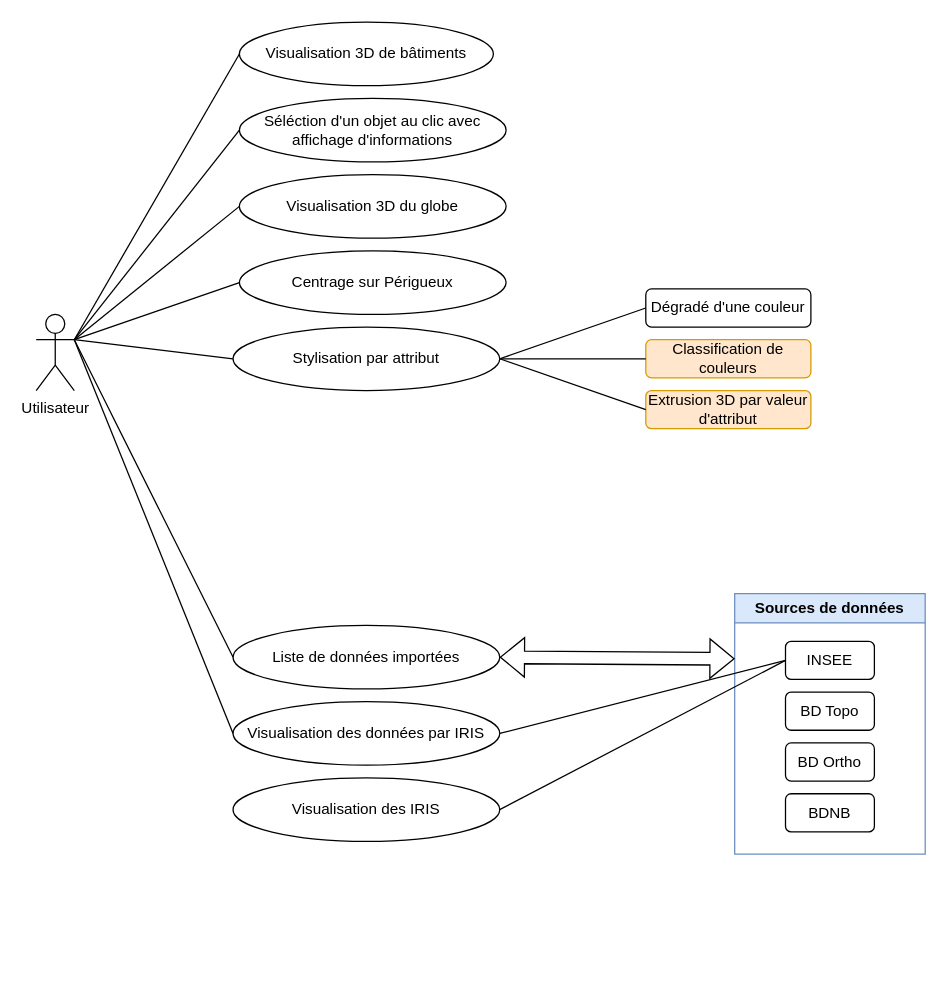
The draw.io diagram Use_case.drawio in EnzoVenon/Gemini_numeriques, before the edit. Source tidied: cells renumbered, new cells numbered last; positions are measured from the earlier drawing's top-left corner, leaving out a move shared by most shapes. Both pictures are drawn from the tidied source at 127%, with x=0, y=0 at pixel (36, 22).
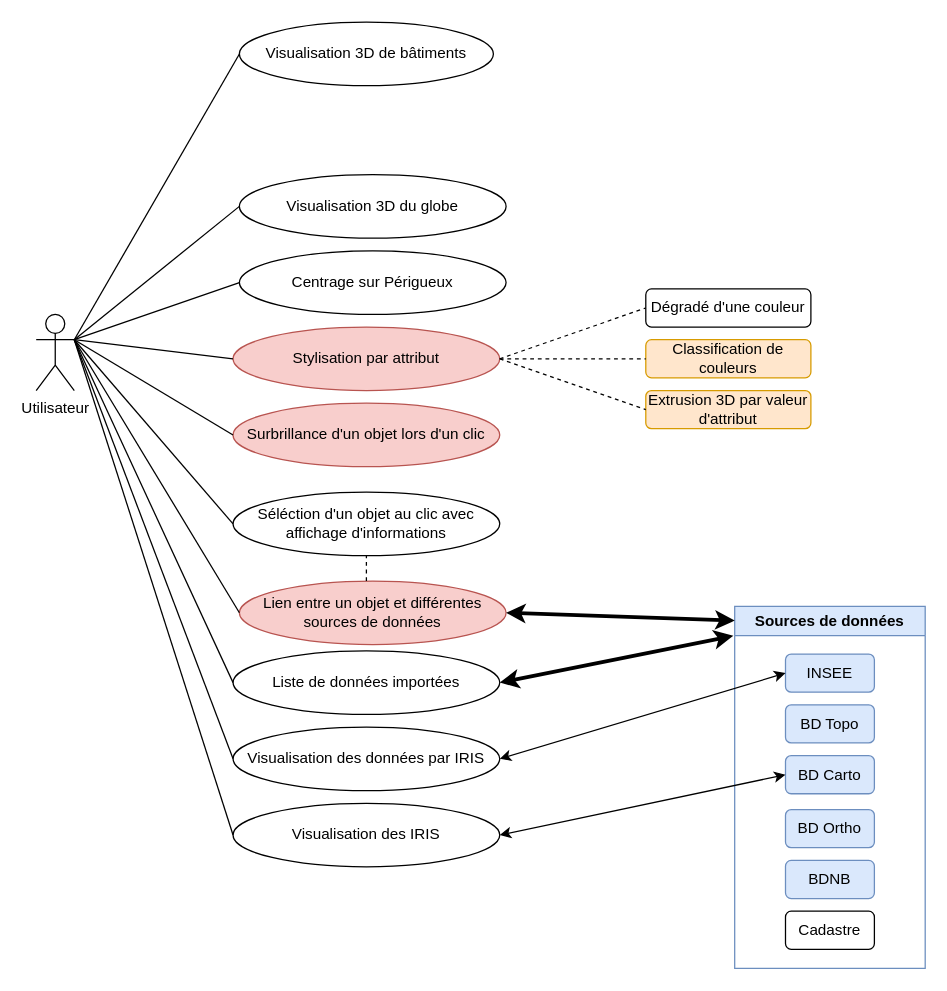
Above is the later version.

Commit message:
finalisation des dernières fonctionnalités

The change refers to these unchanged cells:
```xml
<mxCell id="2" value="Utilisateur" style="shape=umlActor;verticalLabelPosition=bottom;verticalAlign=top;html=1;outlineConnect=0;" parent="1" vertex="1">
  <mxGeometry y="230" width="30" height="60" as="geometry" />
</mxCell>
<mxCell id="25" value="Dégradé d'une couleur" style="rounded=1;whiteSpace=wrap;html=1;" parent="1" vertex="1">
  <mxGeometry x="480" y="210" width="130" height="30" as="geometry" />
</mxCell>
<mxCell id="26" value="Classification de couleurs" style="rounded=1;whiteSpace=wrap;html=1;fillColor=#ffe6cc;strokeColor=#d79b00;" parent="1" vertex="1">
  <mxGeometry x="480" y="250" width="130" height="30" as="geometry" />
</mxCell>
<mxCell id="29" value="Extrusion 3D par valeur d'attribut " style="rounded=1;whiteSpace=wrap;html=1;fillColor=#ffe6cc;strokeColor=#d79b00;" parent="1" vertex="1">
  <mxGeometry x="480" y="290" width="130" height="30" as="geometry" />
</mxCell>
```

What changed in the source:
```diff
@@
     <mxCell id="4" value="Séléction d'un objet au clic avec affichage d'informations" style="ellipse;whiteSpace=wrap;html=1;" parent="1" vertex="1">
-      <mxGeometry x="160" y="60" width="210" height="50" as="geometry" />
+      <mxGeometry x="155" y="370" width="210" height="50" as="geometry" />
     </mxCell>
@@
     <mxCell id="7" value="Liste de données importées " style="ellipse;whiteSpace=wrap;html=1;" parent="1" vertex="1">
-      <mxGeometry x="155" y="475" width="210" height="50" as="geometry" />
+      <mxGeometry x="155" y="495" width="210" height="50" as="geometry" />
     </mxCell>
@@
     <mxCell id="13" value="Visualisation des données par IRIS" style="ellipse;whiteSpace=wrap;html=1;" parent="1" vertex="1">
-      <mxGeometry x="155" y="535" width="210" height="50" as="geometry" />
+      <mxGeometry x="155" y="555" width="210" height="50" as="geometry" />
     </mxCell>
@@
     <mxCell id="15" value="Visualisation des IRIS" style="ellipse;whiteSpace=wrap;html=1;" parent="1" vertex="1">
-      <mxGeometry x="155" y="595" width="210" height="50" as="geometry" />
+      <mxGeometry x="155" y="615" width="210" height="50" as="geometry" />
     </mxCell>
-    <mxCell id="16" value="Stylisation par attribut " style="ellipse;whiteSpace=wrap;html=1;" parent="1" vertex="1">
+    <mxCell id="16" value="Stylisation par attribut " style="ellipse;whiteSpace=wrap;html=1;fillColor=#f8cecc;strokeColor=#b85450;" parent="1" vertex="1">
       <mxGeometry x="155" y="240" width="210" height="50" as="geometry" />
     </mxCell>
     <mxCell id="17" value="Sources de données" style="swimlane;whiteSpace=wrap;html=1;fillColor=#dae8fc;strokeColor=#6c8ebf;" parent="1" vertex="1">
-      <mxGeometry x="550" y="450" width="150" height="205" as="geometry" />
+      <mxGeometry x="550" y="460" width="150" height="285" as="geometry" />
     </mxCell>
-    <mxCell id="18" value="INSEE" style="rounded=1;whiteSpace=wrap;html=1;" parent="17" vertex="1">
+    <mxCell id="18" value="INSEE" style="rounded=1;whiteSpace=wrap;html=1;fillColor=#dae8fc;strokeColor=#6c8ebf;" parent="17" vertex="1">
       <mxGeometry x="40" y="37.5" width="70" height="30" as="geometry" />
     </mxCell>
-    <mxCell id="19" value="BD Topo" style="rounded=1;whiteSpace=wrap;html=1;" parent="17" vertex="1">
+    <mxCell id="19" value="BD Topo" style="rounded=1;whiteSpace=wrap;html=1;fillColor=#dae8fc;strokeColor=#6c8ebf;" parent="17" vertex="1">
       <mxGeometry x="40" y="77.5" width="70" height="30" as="geometry" />
     </mxCell>
-    <mxCell id="20" value="BD Ortho" style="rounded=1;whiteSpace=wrap;html=1;" parent="17" vertex="1">
+    <mxCell id="20" value="BD Carto" style="rounded=1;whiteSpace=wrap;html=1;fillColor=#dae8fc;strokeColor=#6c8ebf;" parent="17" vertex="1">
       <mxGeometry x="40" y="117.5" width="70" height="30" as="geometry" />
     </mxCell>
+    <mxCell id="32" value="BD Ortho" style="rounded=1;whiteSpace=wrap;html=1;fillColor=#dae8fc;strokeColor=#6c8ebf;" parent="17" vertex="1">
+      <mxGeometry x="40" y="160" width="70" height="30" as="geometry" />
+    </mxCell>
-    <mxCell id="21" value="BDNB" style="rounded=1;whiteSpace=wrap;html=1;" parent="17" vertex="1">
-      <mxGeometry x="40" y="157.5" width="70" height="30" as="geometry" />
+    <mxCell id="21" value="BDNB" style="rounded=1;whiteSpace=wrap;html=1;fillColor=#dae8fc;strokeColor=#6c8ebf;" parent="17" vertex="1">
+      <mxGeometry x="40" y="200" width="70" height="30" as="geometry" />
     </mxCell>
+    <mxCell id="33" value="Cadastre" style="rounded=1;whiteSpace=wrap;html=1;" parent="17" vertex="1">
+      <mxGeometry x="40" y="240" width="70" height="30" as="geometry" />
+    </mxCell>
-    <mxCell id="22" style="endArrow=none;html=1;rounded=0;entryX=0;entryY=0.5;entryDx=0;entryDy=0;exitX=1;exitY=0.5;exitDx=0;exitDy=0;" parent="1" edge="1" source="13" target="18">
+    <mxCell id="22" style="endArrow=classic;html=1;rounded=0;entryX=0;entryY=0.5;entryDx=0;entryDy=0;exitX=1;exitY=0.5;exitDx=0;exitDy=0;startArrow=classic;startFill=1;endFill=1;" parent="1" edge="1" source="13" target="18">
       <mxGeometry relative="1" as="geometry" />
     </mxCell>
-    <mxCell id="23" style="shape=flexArrow;endArrow=classic;startArrow=classic;html=1;rounded=0;entryX=0;entryY=0.25;entryDx=0;entryDy=0;exitX=1;exitY=0.5;exitDx=0;exitDy=0;" parent="1" edge="1" source="7" target="17">
-      <mxGeometry relative="1" as="geometry" />
-    </mxCell>
-    <mxCell id="24" style="endArrow=none;html=1;rounded=0;entryX=0;entryY=0.5;entryDx=0;entryDy=0;exitX=1;exitY=0.5;exitDx=0;exitDy=0;" parent="1" edge="1" source="15" target="18">
-      <mxGeometry relative="1" as="geometry" />
-    </mxCell>
@@
-    <mxCell id="27" style="endArrow=none;html=1;rounded=0;entryX=0;entryY=0.5;entryDx=0;entryDy=0;exitX=1;exitY=0.5;exitDx=0;exitDy=0;" parent="1" edge="1" source="16" target="25">
+    <mxCell id="27" style="endArrow=none;html=1;rounded=0;entryX=0;entryY=0.5;entryDx=0;entryDy=0;exitX=1;exitY=0.5;exitDx=0;exitDy=0;dashed=1;" parent="1" edge="1" source="16" target="25">
       <mxGeometry relative="1" as="geometry" />
     </mxCell>
-    <mxCell id="28" style="endArrow=none;html=1;rounded=0;entryX=0;entryY=0.5;entryDx=0;entryDy=0;exitX=1;exitY=0.5;exitDx=0;exitDy=0;" parent="1" edge="1" source="16" target="26">
+    <mxCell id="28" style="endArrow=none;html=1;rounded=0;entryX=0;entryY=0.5;entryDx=0;entryDy=0;exitX=1;exitY=0.5;exitDx=0;exitDy=0;dashed=1;" parent="1" edge="1" source="16" target="26">
       <mxGeometry relative="1" as="geometry" />
     </mxCell>
@@
-    <mxCell id="30" style="endArrow=none;html=1;rounded=0;entryX=0;entryY=0.5;entryDx=0;entryDy=0;exitX=1;exitY=0.5;exitDx=0;exitDy=0;" parent="1" edge="1" source="16" target="29">
+    <mxCell id="30" style="endArrow=none;html=1;rounded=0;entryX=0;entryY=0.5;entryDx=0;entryDy=0;exitX=1;exitY=0.5;exitDx=0;exitDy=0;dashed=1;" parent="1" edge="1" source="16" target="29">
       <mxGeometry relative="1" as="geometry" />
     </mxCell>
@@
+    <mxCell id="34" style="endArrow=classic;html=1;rounded=0;entryX=0;entryY=0.5;entryDx=0;entryDy=0;exitX=1;exitY=0.5;exitDx=0;exitDy=0;startArrow=classic;startFill=1;endFill=1;" parent="1" edge="1" source="15" target="20">
+      <mxGeometry relative="1" as="geometry" />
+    </mxCell>
+    <mxCell id="35" value="Surbrillance d'un objet lors d'un clic" style="ellipse;whiteSpace=wrap;html=1;fillColor=#f8cecc;strokeColor=#b85450;" parent="1" vertex="1">
+      <mxGeometry x="155" y="300" width="210" height="50" as="geometry" />
+    </mxCell>
+    <mxCell id="36" style="endArrow=none;html=1;rounded=0;entryX=0;entryY=0.5;entryDx=0;entryDy=0;exitX=1;exitY=0.3333333333333333;exitDx=0;exitDy=0;exitPerimeter=0;" parent="1" edge="1" source="2" target="15">
+      <mxGeometry relative="1" as="geometry" />
+    </mxCell>
+    <mxCell id="37" style="endArrow=none;html=1;rounded=0;entryX=0;entryY=0.5;entryDx=0;entryDy=0;exitX=1;exitY=0.3333333333333333;exitDx=0;exitDy=0;exitPerimeter=0;" parent="1" edge="1" source="2" target="35">
+      <mxGeometry relative="1" as="geometry" />
+    </mxCell>
+    <mxCell id="38" value="Lien entre un objet et différentes sources de données " style="ellipse;whiteSpace=wrap;html=1;fillColor=#f8cecc;strokeColor=#b85450;" parent="1" vertex="1">
+      <mxGeometry x="160" y="440" width="210" height="50" as="geometry" />
+    </mxCell>
+    <mxCell id="39" style="endArrow=classic;startArrow=classic;html=1;rounded=0;entryX=0;entryY=0.039;entryDx=0;entryDy=0;entryPerimeter=0;exitX=1;exitY=0.5;exitDx=0;exitDy=0;strokeWidth=3;" parent="1" edge="1" source="38" target="17">
+      <mxGeometry relative="1" as="geometry" />
+    </mxCell>
+    <mxCell id="23" style="endArrow=classic;startArrow=classic;html=1;rounded=0;exitX=1;exitY=0.5;exitDx=0;exitDy=0;strokeWidth=3;entryX=-0.007;entryY=0.081;entryDx=0;entryDy=0;entryPerimeter=0;" parent="1" edge="1" source="7" target="17">
+      <mxGeometry relative="1" as="geometry" />
+    </mxCell>
+    <mxCell id="40" style="endArrow=none;html=1;rounded=0;entryX=1;entryY=0.3333333333333333;entryDx=0;entryDy=0;entryPerimeter=0;exitX=0;exitY=0.5;exitDx=0;exitDy=0;" parent="1" edge="1" source="38" target="2">
+      <mxGeometry relative="1" as="geometry" />
+    </mxCell>
+    <mxCell id="41" style="endArrow=none;dashed=1;html=1;rounded=0;entryX=0.5;entryY=1;entryDx=0;entryDy=0;" parent="1" edge="1" target="4">
+      <mxGeometry relative="1" as="geometry">
+        <mxPoint x="260" y="440" as="sourcePoint" />
+      </mxGeometry>
+    </mxCell>
```
